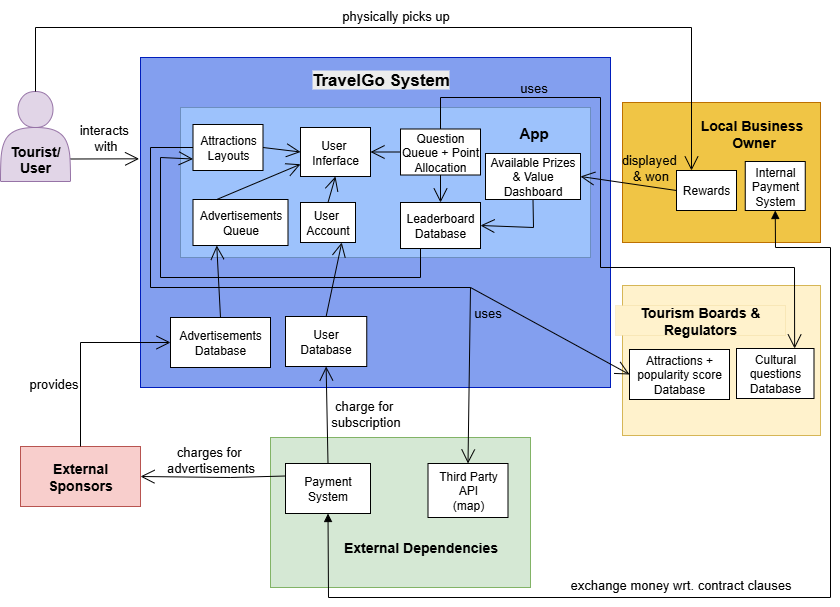
Earlier version of the draw.io export report/ComponentDiagram.png (riyagupta0701/TravelGo-Software-Architecture). Source tidied: cells renumbered, new cells last; positions are measured from the earlier drawing's top-left corner, leaving out a move shared by most shapes.
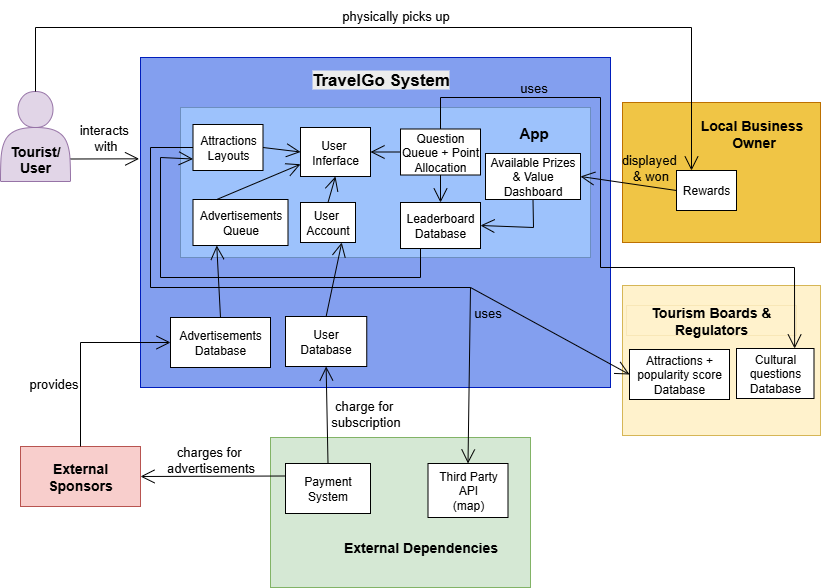
After the change.

Change to the diagram source:
```diff
@@ -6,7 +6,7 @@
       <mxGeometry x="622" y="285" width="198" height="150" as="geometry" />
     </mxCell>
     <mxCell id="3" value="&lt;b&gt;Tourism Boards &amp;amp; Regulators&lt;/b&gt;" style="html=1;whiteSpace=wrap;strokeWidth=0;fillColor=#fff2cc;strokeColor=#d6b656;fontSize=14;" parent="1" vertex="1">
-      <mxGeometry x="615" y="305" width="170" height="30" as="geometry" />
+      <mxGeometry x="626" y="305" width="170" height="30" as="geometry" />
     </mxCell>
     <mxCell id="4" style="whiteSpace=wrap;html=1;align=center;newEdgeStyle={&quot;edgeStyle&quot;:&quot;elbowEdgeStyle&quot;,&quot;startArrow&quot;:&quot;none&quot;,&quot;endArrow&quot;:&quot;none&quot;};fillColor=#839FEF;strokeColor=#001DBC;fontColor=#ffffff;" parent="1" vertex="1">
       <mxGeometry x="140" y="57" width="470" height="330" as="geometry" />
@@ -68,22 +68,6 @@
     <mxCell id="23" value="&lt;font style=&quot;font-size: 13px;&quot;&gt;charge for&amp;nbsp;&lt;/font&gt;&lt;div&gt;&lt;font style=&quot;font-size: 13px;&quot;&gt;subscription&lt;/font&gt;&lt;/div&gt;" style="text;html=1;align=center;verticalAlign=middle;strokeColor=none;fillColor=none;" parent="1" vertex="1">
       <mxGeometry x="320" y="393" width="90" height="40" as="geometry" />
     </mxCell>
-    <mxCell id="24" value="Internal&lt;div&gt;Payment System&lt;/div&gt;" style="whiteSpace=wrap;html=1;align=center;newEdgeStyle={&quot;edgeStyle&quot;:&quot;elbowEdgeStyle&quot;,&quot;startArrow&quot;:&quot;none&quot;,&quot;endArrow&quot;:&quot;none&quot;};" parent="1" vertex="1">
-      <mxGeometry x="744.8" y="161" width="60" height="49" as="geometry" />
-    </mxCell>
-    <mxCell id="25" style="endArrow=block;startArrow=block;endFill=1;startFill=1;html=1;rounded=0;entryX=0.5;entryY=1;entryDx=0;entryDy=0;exitX=0.5;exitY=1;exitDx=0;exitDy=0;" parent="1" edge="1" source="24" target="21">
-      <mxGeometry relative="1" as="geometry">
-        <Array as="points">
-          <mxPoint x="775" y="247" />
-          <mxPoint x="830" y="247" />
-          <mxPoint x="830" y="597" />
-          <mxPoint x="328" y="597" />
-        </Array>
-      </mxGeometry>
-    </mxCell>
-    <mxCell id="26" value="&lt;font style=&quot;font-size: 13px;&quot;&gt;exchange money wrt. contract clauses&lt;/font&gt;" style="text;html=1;align=center;verticalAlign=middle;strokeColor=none;fillColor=none;" parent="1" vertex="1">
-      <mxGeometry x="560" y="569" width="240" height="30" as="geometry" />
-    </mxCell>
     <mxCell id="27" value="Third Party API&lt;div&gt;(map)&lt;/div&gt;" style="html=1;whiteSpace=wrap;" parent="1" vertex="1">
       <mxGeometry x="427.5" y="463" width="80" height="54" as="geometry" />
     </mxCell>
@@ -127,11 +111,7 @@
       <mxGeometry x="155" y="439" width="110" height="40" as="geometry" />
     </mxCell>
     <mxCell id="36" style="endArrow=open;endFill=1;endSize=12;html=1;rounded=0;exitX=0;exitY=0.25;exitDx=0;exitDy=0;entryX=1;entryY=0.5;entryDx=0;entryDy=0;" parent="1" edge="1" source="21" target="31">
-      <mxGeometry relative="1" as="geometry">
-        <Array as="points">
-          <mxPoint x="230" y="477" />
-        </Array>
-      </mxGeometry>
+      <mxGeometry relative="1" as="geometry" />
     </mxCell>
     <mxCell id="37" value="&lt;font style=&quot;font-size: 15px;&quot;&gt;App&lt;/font&gt;" style="text;html=1;align=center;verticalAlign=middle;strokeColor=none;fillColor=none;fontSize=13;fontStyle=1;" parent="1" vertex="1">
       <mxGeometry x="507.5" y="117" width="50" height="30" as="geometry" />
```
